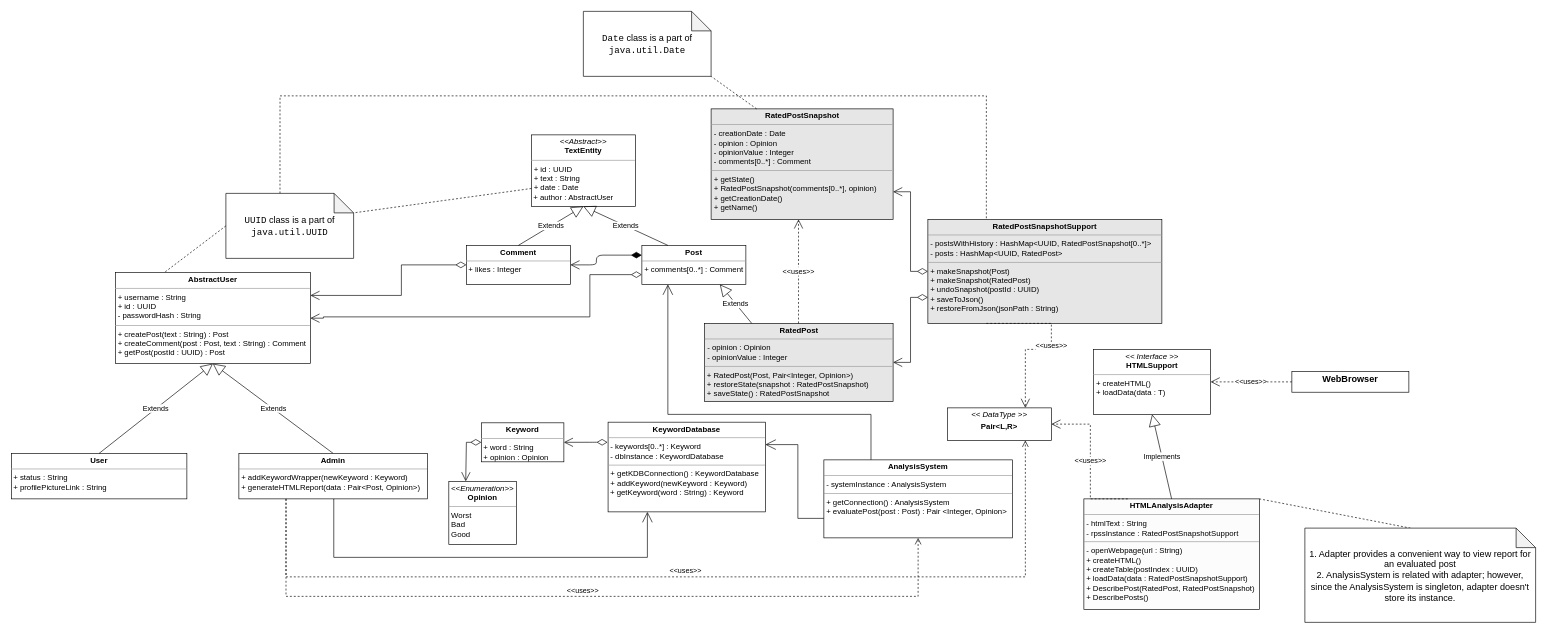
Earlier version of the draw.io diagram assignment3/uml/assignment3.drawio (ar7ch/iu-ssad). Source tidied: cells renumbered, new cells numbered last; positions are measured from the earlier drawing's top-left corner, leaving out a move shared by most shapes. Both pictures are drawn from the tidied source at 65%, with x=0, y=0 at pixel (11, 11).
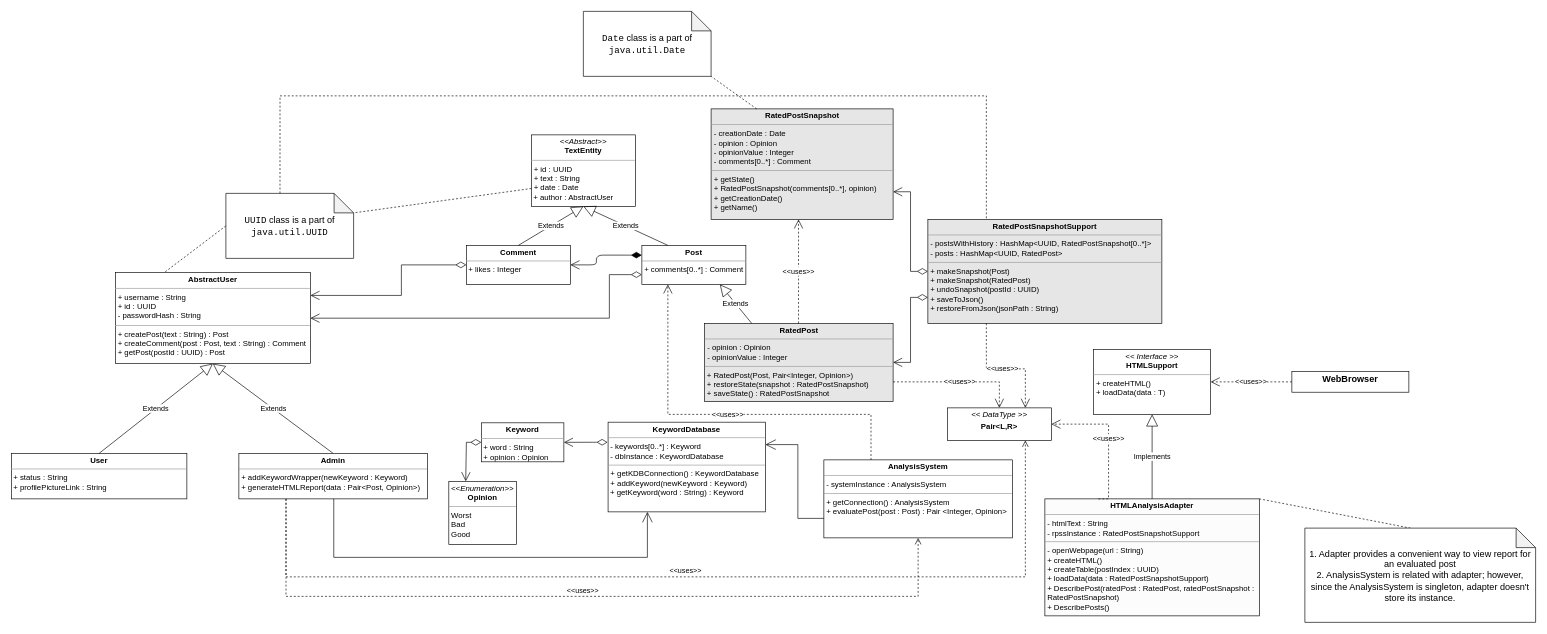
After the change.

The change refers to these unchanged cells:
```xml
<mxCell id="3" value="&lt;p style=&quot;margin: 0px ; margin-top: 4px ; text-align: center&quot;&gt;&lt;b&gt;Post&lt;/b&gt;&lt;/p&gt;&lt;hr size=&quot;1&quot;&gt;&lt;p style=&quot;margin: 0px ; margin-left: 4px&quot;&gt;+ comments[0..*] : Comment&lt;br&gt;&lt;/p&gt;" style="verticalAlign=top;align=left;overflow=fill;fontSize=12;fontFamily=Helvetica;html=1;hachureGap=4;" parent="1" vertex="1">
  <mxGeometry x="970" y="360" width="160" height="60" as="geometry" />
</mxCell>
<mxCell id="9" value="&lt;p style=&quot;margin: 0px ; margin-top: 4px ; text-align: center&quot;&gt;&lt;b&gt;AnalysisSystem&lt;/b&gt;&lt;/p&gt;&lt;hr size=&quot;1&quot;&gt;&lt;p style=&quot;margin: 0px ; margin-left: 4px&quot;&gt;- systemInstance : AnalysisSystem&lt;br&gt;&lt;/p&gt;&lt;hr size=&quot;1&quot;&gt;&lt;p style=&quot;margin: 0px ; margin-left: 4px&quot;&gt;+ getConnection() : AnalysisSystem&lt;br&gt;&lt;/p&gt;&lt;p style=&quot;margin: 0px ; margin-left: 4px&quot;&gt;+ evaluatePost(post : Post) : Pair &amp;lt;Integer, Opinion&amp;gt;&lt;/p&gt;" style="verticalAlign=top;align=left;overflow=fill;fontSize=12;fontFamily=Helvetica;html=1;hachureGap=4;" parent="1" vertex="1">
  <mxGeometry x="1250" y="690" width="290" height="120" as="geometry" />
</mxCell>
<mxCell id="14" value="&lt;p style=&quot;margin: 0px ; margin-top: 4px ; text-align: center&quot;&gt;&lt;b&gt;AbstractUser&lt;/b&gt;&lt;/p&gt;&lt;hr size=&quot;1&quot;&gt;&lt;p style=&quot;margin: 0px ; margin-left: 4px&quot;&gt;+ username : String&lt;/p&gt;&lt;p style=&quot;margin: 0px ; margin-left: 4px&quot;&gt;+ id : UUID&lt;br&gt;&lt;/p&gt;&lt;p style=&quot;margin: 0px ; margin-left: 4px&quot;&gt;- passwordHash : String&lt;/p&gt;&lt;hr size=&quot;1&quot;&gt;&lt;p style=&quot;margin: 0px ; margin-left: 4px&quot;&gt;+ createPost(text : String) : Post&lt;/p&gt;&lt;p style=&quot;margin: 0px ; margin-left: 4px&quot;&gt;+ createComment(post : Post, text : String) : Comment&lt;br&gt;&lt;/p&gt;&lt;p style=&quot;margin: 0px ; margin-left: 4px&quot;&gt;+ getPost(postId : UUID) : Post&lt;br&gt;&lt;/p&gt;&lt;p style=&quot;margin: 0px ; margin-left: 4px&quot;&gt;&lt;br&gt;&lt;/p&gt;" style="verticalAlign=top;align=left;overflow=fill;fontSize=12;fontFamily=Helvetica;html=1;hachureGap=4;" parent="1" vertex="1">
  <mxGeometry x="160" y="402" width="300" height="140" as="geometry" />
</mxCell>
<mxCell id="28" value="&lt;p style=&quot;margin: 0px ; margin-top: 4px ; text-align: center&quot;&gt;&lt;i&gt;&amp;lt;&amp;lt; DataType &amp;gt;&amp;gt;&lt;br&gt;&lt;/i&gt;&lt;/p&gt;&lt;p style=&quot;margin: 0px ; margin-top: 4px ; text-align: center&quot;&gt;&lt;b&gt;Pair&amp;lt;L,R&amp;gt;&lt;/b&gt;&lt;/p&gt;&lt;p style=&quot;margin: 0px ; margin-top: 4px ; text-align: center&quot;&gt;&lt;b&gt;&lt;/b&gt;&lt;br&gt;&lt;/p&gt;&lt;hr size=&quot;1&quot;&gt;" style="verticalAlign=top;align=left;overflow=fill;fontSize=12;fontFamily=Helvetica;html=1;fillColor=#FFFFFF;" parent="1" vertex="1">
  <mxGeometry x="1440" y="610" width="160" height="50" as="geometry" />
</mxCell>
<mxCell id="30" value="&lt;p style=&quot;margin: 0px ; margin-top: 4px ; text-align: center&quot;&gt;&lt;b&gt;RatedPost&lt;/b&gt;&lt;/p&gt;&lt;hr size=&quot;1&quot;&gt;&lt;p style=&quot;margin: 0px ; margin-left: 4px&quot;&gt;- opinion : Opinion&lt;br&gt;- opinionValue : Integer&lt;br&gt;&lt;/p&gt;&lt;hr size=&quot;1&quot;&gt;&amp;nbsp;+ RatedPost(Post, Pair&amp;lt;Integer, Opinion&amp;gt;)&lt;br&gt;&amp;nbsp;+ restoreState(snapshot : RatedPostSnapshot)&lt;br&gt;&amp;nbsp;+ saveState() : RatedPostSnapshot&lt;br&gt;&amp;nbsp;" style="verticalAlign=top;align=left;overflow=fill;fontSize=12;fontFamily=Helvetica;html=1;fillColor=#E6E6E6;" parent="1" vertex="1">
  <mxGeometry x="1066.5" y="480" width="290" height="120" as="geometry" />
</mxCell>
<mxCell id="32" value="&lt;p style=&quot;margin: 0px ; margin-top: 4px ; text-align: center&quot;&gt;&lt;b&gt;RatedPostSnapshotSupport&lt;/b&gt;&lt;br&gt;&lt;/p&gt;&lt;hr size=&quot;1&quot;&gt;&lt;p style=&quot;margin: 0px ; margin-left: 4px&quot;&gt;- postsWithHistory : HashMap&amp;lt;UUID, RatedPostSnapshot[0..*]&amp;gt;&lt;br&gt;- posts : HashMap&amp;lt;UUID, RatedPost&amp;gt;&lt;br&gt;&lt;/p&gt;&lt;hr size=&quot;1&quot;&gt;&lt;p style=&quot;margin: 0px ; margin-left: 4px&quot;&gt;+ makeSnapshot(Post)&lt;/p&gt;&lt;p style=&quot;margin: 0px ; margin-left: 4px&quot;&gt;+ makeSnapshot(RatedPost)&lt;br&gt;&lt;/p&gt;&lt;p style=&quot;margin: 0px ; margin-left: 4px&quot;&gt;+ undoSnapshot(postId : UUID)&lt;/p&gt;&lt;p style=&quot;margin: 0px ; margin-left: 4px&quot;&gt;+ saveToJson()&lt;/p&gt;&lt;p style=&quot;margin: 0px ; margin-left: 4px&quot;&gt;+ restoreFromJson(jsonPath : String)&lt;br&gt;&lt;/p&gt;" style="verticalAlign=top;align=left;overflow=fill;fontSize=12;fontFamily=Helvetica;html=1;fillColor=#E6E6E6;" parent="1" vertex="1">
  <mxGeometry x="1410" y="320" width="360" height="160" as="geometry" />
</mxCell>
```

The edit, as a diff of the source:
```diff
@@
-    <mxCell id="8" style="rounded=0;jettySize=auto;html=1;exitX=0.25;exitY=0;exitDx=0;exitDy=0;endArrow=open;startSize=14;endSize=14;sourcePerimeterSpacing=8;targetPerimeterSpacing=8;entryX=0.25;entryY=1;entryDx=0;entryDy=0;edgeStyle=orthogonalEdgeStyle;" parent="1" edge="1" source="9" target="3">
-      <mxGeometry relative="1" as="geometry">
-        <Array as="points">
-          <mxPoint x="1322" y="620" />
-          <mxPoint x="1010" y="620" />
-        </Array>
-      </mxGeometry>
-    </mxCell>
@@
-    <mxCell id="23" value="&lt;p style=&quot;margin: 0px ; margin-top: 4px ; text-align: center&quot;&gt;&lt;b&gt;HTMLAnalysisAdapter&lt;/b&gt;&lt;br&gt;&lt;/p&gt;&lt;hr size=&quot;1&quot;&gt;&lt;p style=&quot;margin: 0px ; margin-left: 4px&quot;&gt;- htmlText : String&lt;br&gt;- rpssInstance : RatedPostSnapshotSupport&lt;br&gt;&lt;/p&gt;&lt;hr size=&quot;1&quot;&gt;&lt;p style=&quot;margin: 0px ; margin-left: 4px&quot;&gt;- openWebpage(url : String)&lt;br&gt;+ createHTML()&lt;/p&gt;&lt;p style=&quot;margin: 0px ; margin-left: 4px&quot;&gt;+ createTable(postIndex : UUID)&lt;br&gt;+ loadData(data : RatedPostSnapshotSupport)&lt;/p&gt;&lt;p style=&quot;margin: 0px ; margin-left: 4px&quot;&gt;+ DescribePost(RatedPost, RatedPostSnapshot)&lt;/p&gt;&lt;p style=&quot;margin: 0px ; margin-left: 4px&quot;&gt;+ DescribePosts()&lt;br&gt;&lt;/p&gt;" style="verticalAlign=top;align=left;overflow=fill;fontSize=12;fontFamily=Helvetica;html=1;fillColor=#FCFCFC;" parent="1" vertex="1">
-      <mxGeometry x="1650" y="750" width="270" height="170" as="geometry" />
+    <mxCell id="23" value="&lt;p style=&quot;margin: 0px ; margin-top: 4px ; text-align: center&quot;&gt;&lt;b&gt;HTMLAnalysisAdapter&lt;/b&gt;&lt;br&gt;&lt;/p&gt;&lt;hr size=&quot;1&quot;&gt;&lt;p style=&quot;margin: 0px ; margin-left: 4px&quot;&gt;- htmlText : String&lt;br&gt;- rpssInstance : RatedPostSnapshotSupport&lt;br&gt;&lt;/p&gt;&lt;hr size=&quot;1&quot;&gt;&lt;p style=&quot;margin: 0px ; margin-left: 4px&quot;&gt;- openWebpage(url : String)&lt;br&gt;+ createHTML()&lt;/p&gt;&lt;p style=&quot;margin: 0px ; margin-left: 4px&quot;&gt;+ createTable(postIndex : UUID)&lt;br&gt;+ loadData(data : RatedPostSnapshotSupport)&lt;/p&gt;&lt;p style=&quot;margin: 0px ; margin-left: 4px&quot;&gt;+ DescribePost(ratedPost : RatedPost, ratedPostSnapshot : &lt;br&gt;RatedPostSnapshot)&lt;/p&gt;&lt;p style=&quot;margin: 0px ; margin-left: 4px&quot;&gt;+ DescribePosts()&lt;br&gt;&lt;/p&gt;" style="verticalAlign=top;align=left;overflow=fill;fontSize=12;fontFamily=Helvetica;html=1;fillColor=#FCFCFC;" parent="1" vertex="1">
+      <mxGeometry x="1590" y="750" width="330" height="180" as="geometry" />
     </mxCell>
@@
     <mxCell id="34" value="&amp;lt;&amp;lt;uses&amp;gt;&amp;gt;" style="endArrow=open;endSize=12;dashed=1;html=1;rounded=0;exitX=0.25;exitY=0;exitDx=0;exitDy=0;entryX=1;entryY=0.5;entryDx=0;entryDy=0;edgeStyle=orthogonalEdgeStyle;" parent="1" edge="1" source="23" target="28">
       <mxGeometry relative="1" as="geometry">
         <Array as="points">
-          <mxPoint x="1660" y="750" />
-          <mxPoint x="1660" y="635" />
+          <mxPoint x="1688" y="635" />
         </Array>
       </mxGeometry>
     </mxCell>
@@
     <mxCell id="36" value="&amp;lt;&amp;lt;uses&amp;gt;&amp;gt;" style="endArrow=open;endSize=12;dashed=1;html=1;rounded=0;exitX=0.25;exitY=1;exitDx=0;exitDy=0;entryX=0.75;entryY=0;entryDx=0;entryDy=0;edgeStyle=orthogonalEdgeStyle;" parent="1" edge="1" source="32" target="28">
       <mxGeometry relative="1" as="geometry">
         <Array as="points">
-          <mxPoint x="1600" y="520" />
-          <mxPoint x="1560" y="520" />
+          <mxPoint x="1500" y="550" />
+          <mxPoint x="1560" y="550" />
         </Array>
       </mxGeometry>
     </mxCell>
@@
     <mxCell id="48" style="endArrow=open;html=1;endSize=12;startArrow=diamondThin;startSize=14;startFill=0;edgeStyle=orthogonalEdgeStyle;align=left;verticalAlign=bottom;rounded=0;fontFamily=Courier New;entryX=1;entryY=0.5;entryDx=0;entryDy=0;exitX=0;exitY=0.75;exitDx=0;exitDy=0;" parent="1" edge="1" source="3" target="14">
       <mxGeometry x="-0.88" y="30" relative="1" as="geometry">
         <Array as="points">
-          <mxPoint x="890" y="405" />
-          <mxPoint x="890" y="470" />
-          <mxPoint x="480" y="470" />
-          <mxPoint x="480" y="472" />
+          <mxPoint x="920" y="405" />
+          <mxPoint x="920" y="472" />
         </Array>
       </mxGeometry>
     </mxCell>
@@
+    <mxCell id="8" value="&amp;lt;&amp;lt;uses&amp;gt;&amp;gt;" style="endArrow=open;endSize=12;dashed=1;html=1;rounded=0;exitX=0.25;exitY=0;exitDx=0;exitDy=0;entryX=0.25;entryY=1;entryDx=0;entryDy=0;edgeStyle=orthogonalEdgeStyle;" parent="1" edge="1" source="9" target="3">
+      <mxGeometry relative="1" as="geometry">
+        <Array as="points">
+          <mxPoint x="1323" y="620" />
+          <mxPoint x="1010" y="620" />
+        </Array>
+      </mxGeometry>
+    </mxCell>
+    <mxCell id="50" value="&amp;lt;&amp;lt;uses&amp;gt;&amp;gt;" style="endArrow=open;endSize=12;dashed=1;html=1;rounded=0;exitX=1;exitY=0.75;exitDx=0;exitDy=0;entryX=0.5;entryY=0;entryDx=0;entryDy=0;edgeStyle=orthogonalEdgeStyle;" parent="1" edge="1" source="30" target="28">
+      <mxGeometry relative="1" as="geometry">
+        <Array as="points">
+          <mxPoint x="1520" y="570" />
+        </Array>
+      </mxGeometry>
+    </mxCell>
```
